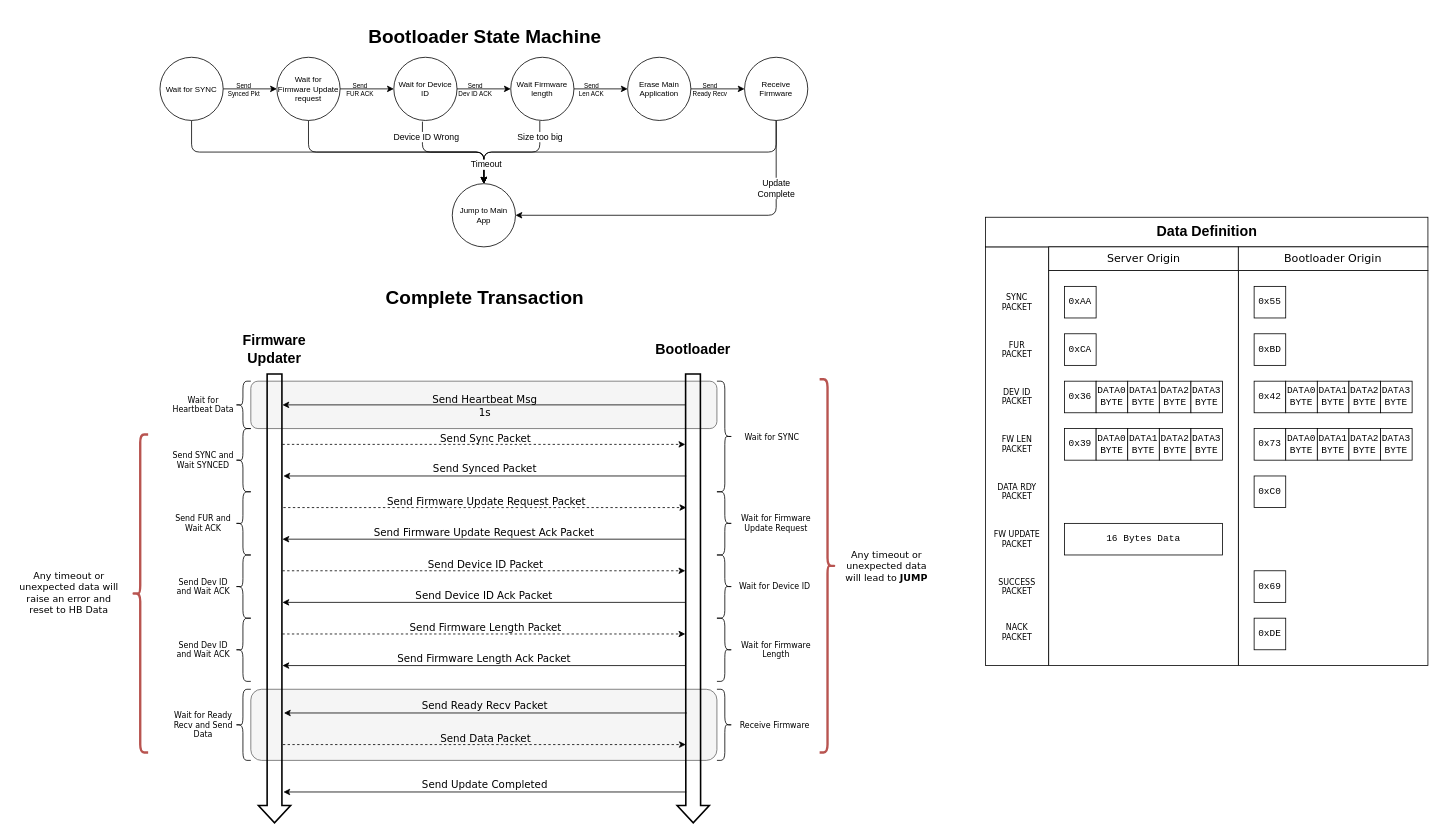
pipipipi2002/pmb_stm32 keeps this draw.io diagram as page "Bootloader State Machine" (4 of 4) of bootloader/bootloader mechanics.drawio. Above is the earlier version. Source tidied: cells renumbered, new cells numbered last; positions are measured from the earlier drawing's top-left corner, leaving out a move shared by most shapes. Both pictures are drawn from the tidied source at 79%, with x=0, y=0 at pixel (13, 25).
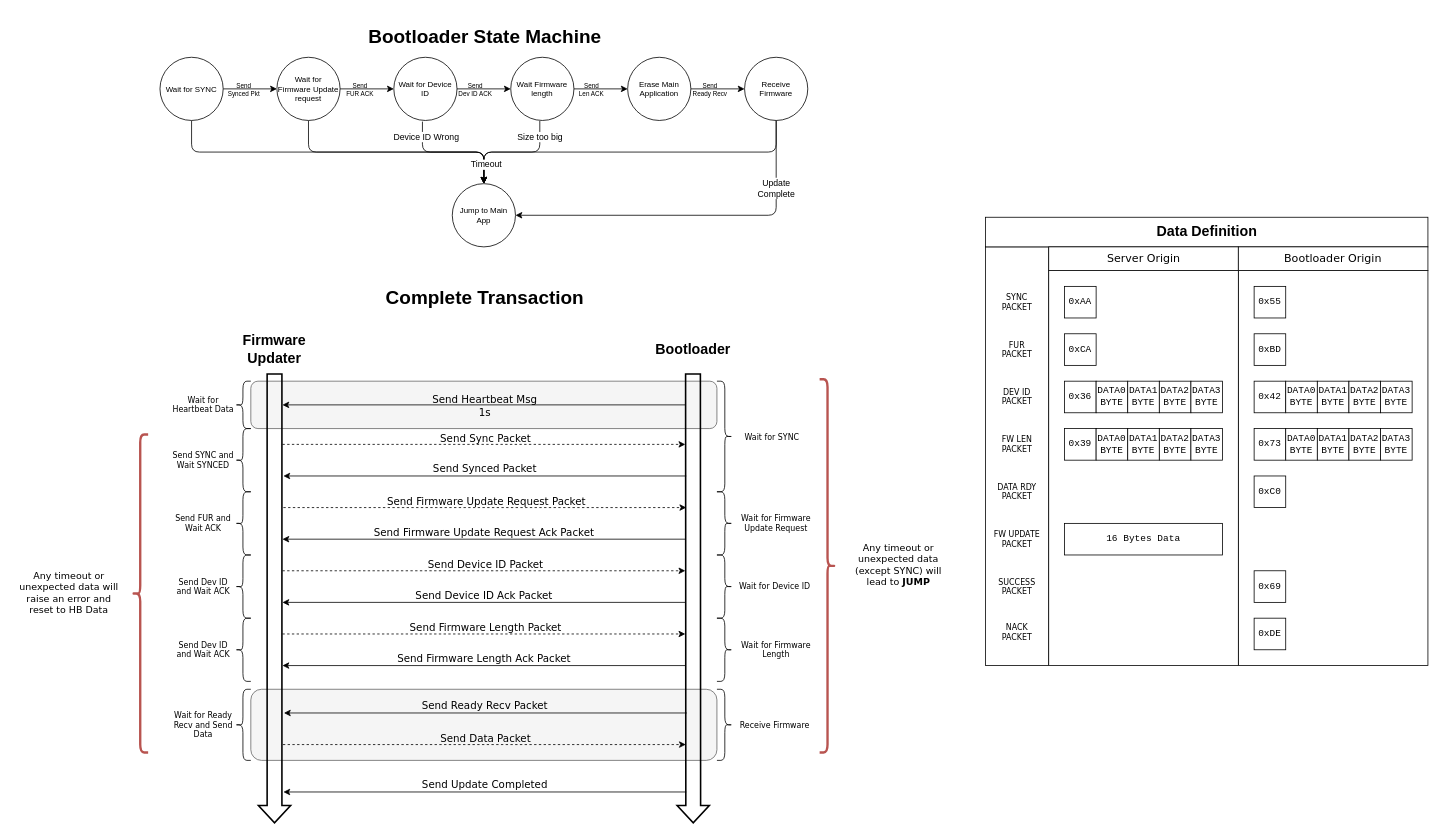
After the change.

Change to the diagram source:
```diff
@@
-    <mxCell id="84" value="Any timeout or unexpected data will lead to &lt;b&gt;JUMP&lt;/b&gt;" style="text;html=1;strokeColor=none;fillColor=none;align=center;verticalAlign=middle;whiteSpace=wrap;rounded=0;fontSize=12;fontFamily=Verdana;" parent="1" vertex="1">
-      <mxGeometry x="1050" y="659.4" width="110" height="48.8" as="geometry" />
+    <mxCell id="84" value="Any timeout or unexpected data (except SYNC) will lead to &lt;b&gt;JUMP&lt;/b&gt;" style="text;html=1;strokeColor=none;fillColor=none;align=center;verticalAlign=middle;whiteSpace=wrap;rounded=0;fontSize=12;fontFamily=Verdana;" parent="1" vertex="1">
+      <mxGeometry x="1050" y="636.9" width="140" height="90.6" as="geometry" />
     </mxCell>
```
